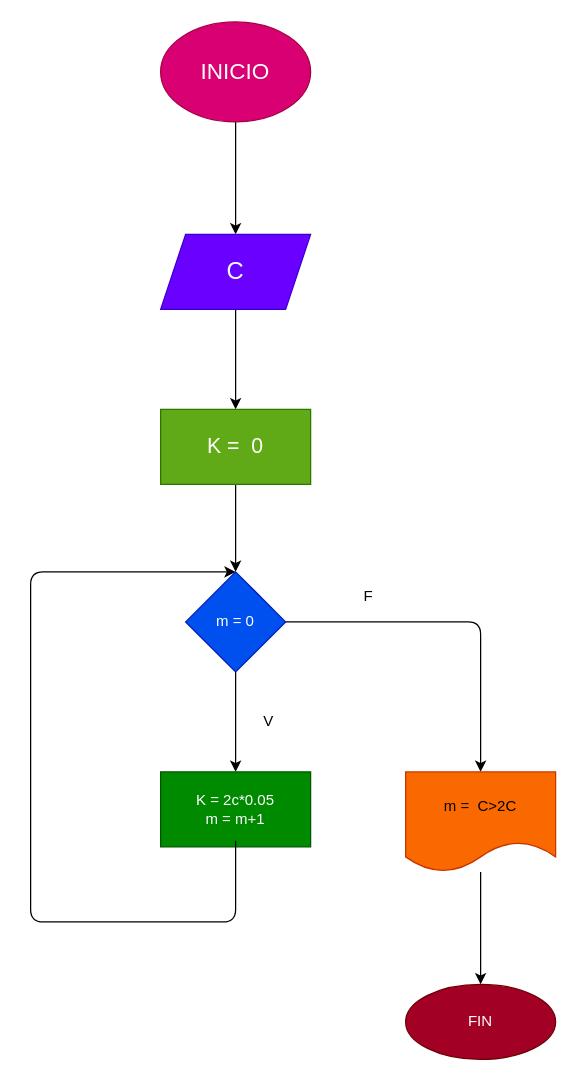
Before: diagrama.drawio in MiguelMurillo07/Intereses-de-capital, a draw.io diagram. Source tidied: cells renumbered, new cells numbered last; positions are measured from the earlier drawing's top-left corner, leaving out a move shared by most shapes. Both pictures are drawn from the tidied source at 125%, with x=0, y=0 at pixel (30, 21).
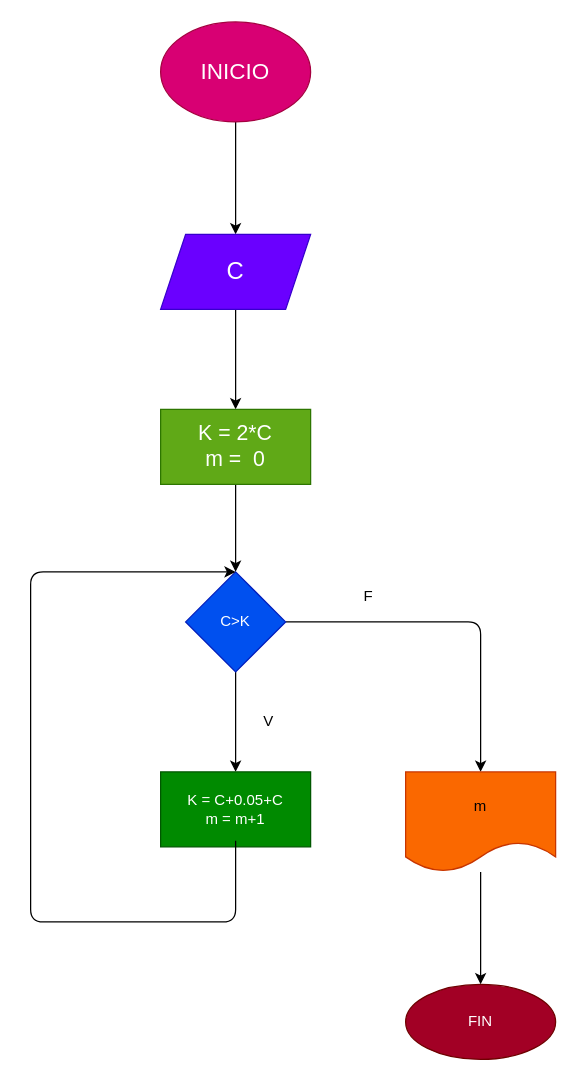
The same diagram, later.

Change to the diagram source:
```diff
@@
-    <mxCell id="7" value="&lt;font style=&quot;font-size: 17px&quot;&gt;K =&amp;nbsp; 0&lt;/font&gt;" style="whiteSpace=wrap;html=1;fillColor=#60a917;fontColor=#ffffff;strokeColor=#2D7600;" parent="1" vertex="1">
+    <mxCell id="7" value="&lt;font style=&quot;font-size: 17px&quot;&gt;K = 2*C&lt;br&gt;m =&amp;nbsp; 0&lt;/font&gt;" style="whiteSpace=wrap;html=1;fillColor=#60a917;fontColor=#ffffff;strokeColor=#2D7600;" parent="1" vertex="1">
       <mxGeometry x="104" y="310" width="120" height="60" as="geometry" />
     </mxCell>
@@
-    <mxCell id="10" value="m = 0" style="rhombus;whiteSpace=wrap;html=1;fillColor=#0050ef;fontColor=#ffffff;strokeColor=#001DBC;" parent="1" vertex="1">
+    <mxCell id="10" value="C&amp;gt;K" style="rhombus;whiteSpace=wrap;html=1;fillColor=#0050ef;fontColor=#ffffff;strokeColor=#001DBC;" parent="1" vertex="1">
       <mxGeometry x="124" y="440" width="80" height="80" as="geometry" />
     </mxCell>
@@
-    <mxCell id="12" value="m =&amp;nbsp; C&amp;gt;2C" style="shape=document;whiteSpace=wrap;html=1;boundedLbl=1;fillColor=#fa6800;fontColor=#000000;strokeColor=#C73500;" parent="1" vertex="1">
+    <mxCell id="12" value="m" style="shape=document;whiteSpace=wrap;html=1;boundedLbl=1;fillColor=#fa6800;fontColor=#000000;strokeColor=#C73500;" parent="1" vertex="1">
       <mxGeometry x="300" y="600" width="120" height="80" as="geometry" />
     </mxCell>
@@
-    <mxCell id="14" value="K = 2c*0.05&lt;br&gt;m = m+1" style="whiteSpace=wrap;html=1;fillColor=#008a00;fontColor=#ffffff;strokeColor=#005700;" parent="1" vertex="1">
+    <mxCell id="14" value="K = C+0.05+C&lt;br&gt;m = m+1" style="whiteSpace=wrap;html=1;fillColor=#008a00;fontColor=#ffffff;strokeColor=#005700;" parent="1" vertex="1">
       <mxGeometry x="104" y="600" width="120" height="60" as="geometry" />
     </mxCell>
```
